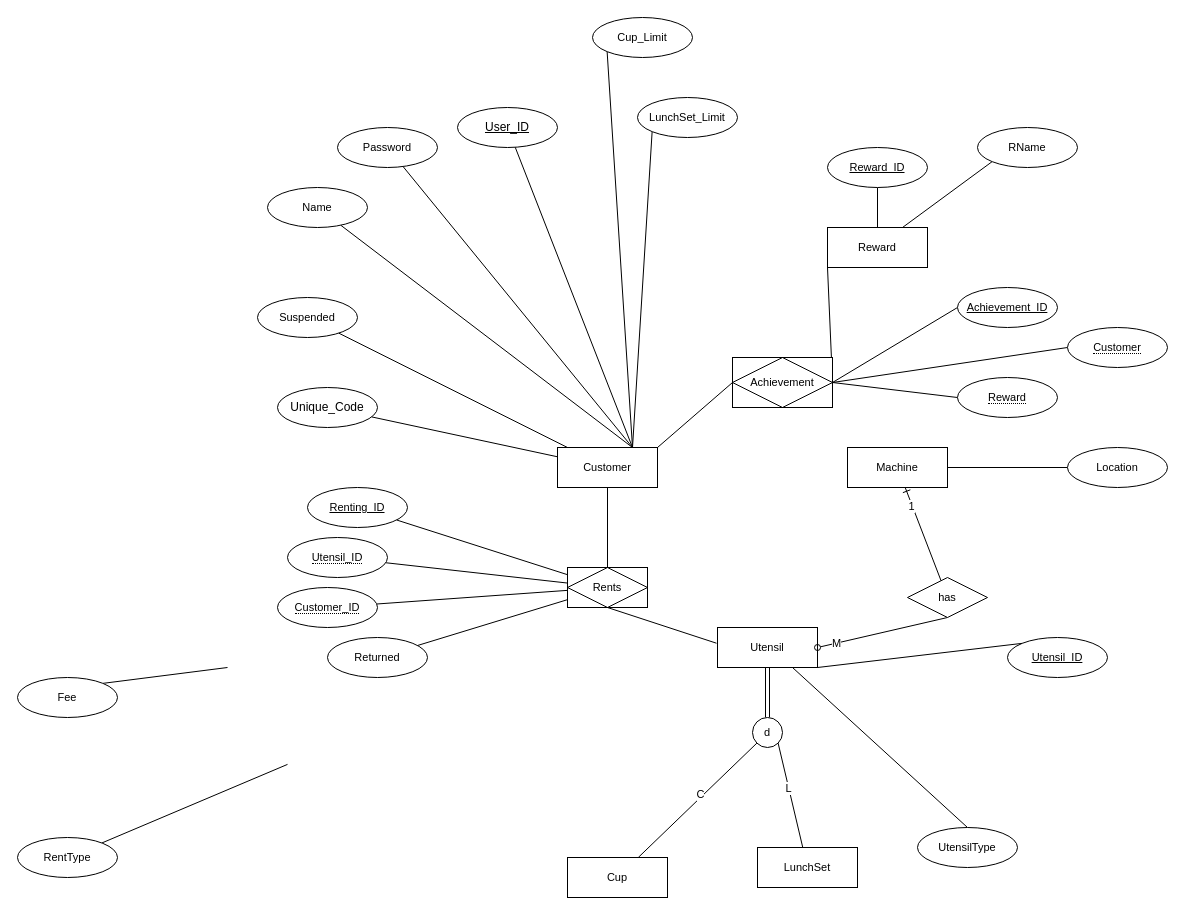
Earlier version of the draw.io diagram page "Page-1" (1 of 4) of ERD.drawio (tp12356twNccu/OOP_1122_finalProject_Group12). Source tidied: cells renumbered, new cells numbered last; positions are measured from the earlier drawing's top-left corner, leaving out a move shared by most shapes. Both pictures are drawn from the tidied source at 100%, with x=0, y=0 at pixel (17, 17).
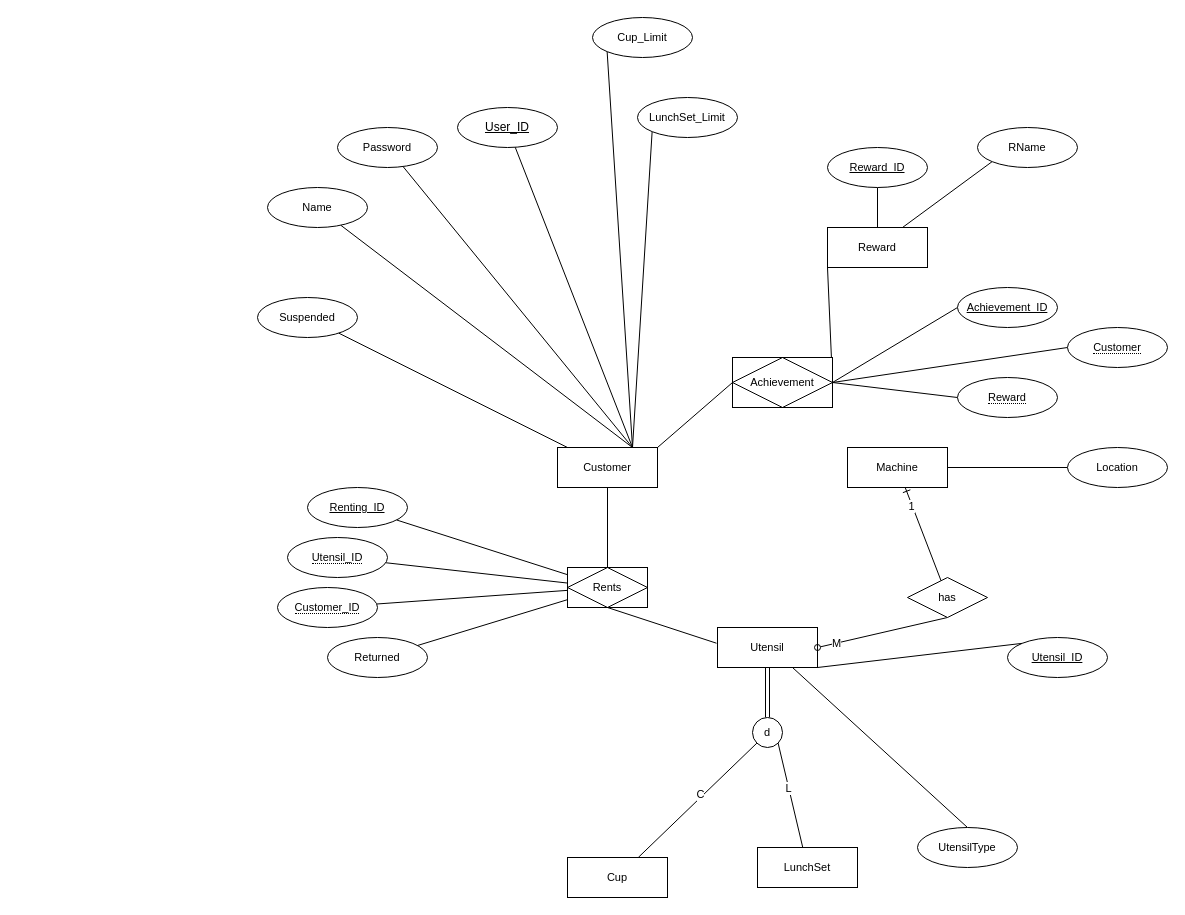
After the change.

Unchanged cells that the change refers to:
```xml
<mxCell id="10" value="Customer" style="whiteSpace=wrap;html=1;align=center;fontFamily=Helvetica;fontSize=11;fontColor=default;labelBackgroundColor=default;" parent="1" vertex="1">
  <mxGeometry x="540" y="430" width="100" height="40" as="geometry" />
</mxCell>
```

Change to the diagram source:
```diff
@@
-    <mxCell id="29" style="edgeStyle=none;rounded=0;jettySize=auto;html=1;strokeColor=default;align=center;verticalAlign=middle;fontFamily=Helvetica;fontSize=11;fontColor=default;labelBackgroundColor=default;endArrow=none;endFill=0;" parent="1" edge="1" source="30">
-      <mxGeometry relative="1" as="geometry">
-        <mxPoint x="270" y="746.9" as="targetPoint" />
-      </mxGeometry>
-    </mxCell>
-    <mxCell id="30" value="RentType" style="ellipse;whiteSpace=wrap;html=1;align=center;fontFamily=Helvetica;fontSize=11;fontColor=default;labelBackgroundColor=default;" parent="1" vertex="1">
-      <mxGeometry y="820" width="100" height="40" as="geometry" />
-    </mxCell>
@@
-    <mxCell id="35" style="rounded=0;jettySize=auto;html=1;endArrow=none;endFill=0;" parent="1" edge="1" source="36" target="10">
-      <mxGeometry relative="1" as="geometry" />
-    </mxCell>
-    <mxCell id="36" value="Unique_Code" style="ellipse;whiteSpace=wrap;html=1;align=center;" parent="1" vertex="1">
-      <mxGeometry x="260" y="370" width="100" height="40" as="geometry" />
-    </mxCell>
@@
-    <mxCell id="39" style="edgeStyle=none;rounded=0;jettySize=auto;html=1;exitX=1;exitY=0;exitDx=0;exitDy=0;strokeColor=default;align=center;verticalAlign=middle;fontFamily=Helvetica;fontSize=11;fontColor=default;labelBackgroundColor=default;endArrow=none;endFill=0;" parent="1" edge="1" source="40">
-      <mxGeometry relative="1" as="geometry">
-        <mxPoint x="210" y="650" as="targetPoint" />
-      </mxGeometry>
-    </mxCell>
-    <mxCell id="40" value="Fee" style="ellipse;whiteSpace=wrap;html=1;align=center;fontFamily=Helvetica;fontSize=11;fontColor=default;labelBackgroundColor=default;" parent="1" vertex="1">
-      <mxGeometry y="660" width="100" height="40" as="geometry" />
-    </mxCell>
```
